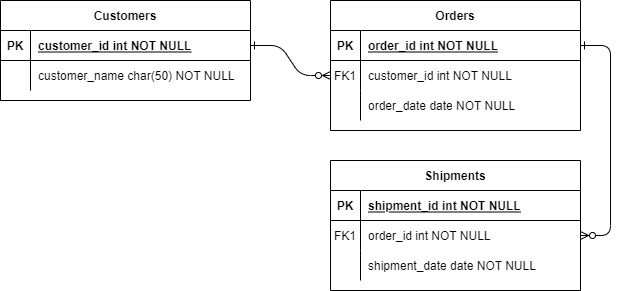
Above: DB/Planets ER Diagram.png in tsgsOFFICIAL/Kilgharrah (draw.io), before the change. Source tidied: cells renumbered, new cells last; positions are measured from the earlier drawing's top-left corner, leaving out a move shared by most shapes. The source it was exported from:
```xml
<mxGraphModel>
  <root>
    <mxCell id="0" />
    <mxCell id="1" parent="0" />
    <mxCell id="2" style="edgeStyle=entityRelationEdgeStyle;endArrow=ERzeroToMany;startArrow=ERone;endFill=1;startFill=0;" parent="1" edge="1" source="25" target="8">
      <mxGeometry relative="1" as="geometry" />
    </mxCell>
    <mxCell id="3" style="edgeStyle=entityRelationEdgeStyle;endArrow=ERzeroToMany;startArrow=ERone;endFill=1;startFill=0;" parent="1" edge="1" source="5" target="18">
      <mxGeometry relative="1" as="geometry" />
    </mxCell>
    <mxCell id="4" value="Orders" style="shape=table;startSize=30;rowLines=0;fontStyle=1;align=center;" parent="1" vertex="1">
      <mxGeometry x="330" width="250" height="130" as="geometry" />
    </mxCell>
    <mxCell id="5" style="shape=partialRectangle;fillColor=none;points=[[0,0.5],[1,0.5]];portConstraint=eastwest;top=0;left=0;right=0;bottom=1;" parent="4" vertex="1">
      <mxGeometry y="30" width="250" height="30" as="geometry" />
    </mxCell>
    <mxCell id="6" value="PK" style="shape=partialRectangle;overflow=hidden;fillColor=none;top=0;left=0;bottom=0;right=0;fontStyle=1;" parent="5" vertex="1">
      <mxGeometry width="30" height="30" as="geometry" />
    </mxCell>
    <mxCell id="7" value="order_id int NOT NULL " style="shape=partialRectangle;overflow=hidden;fillColor=none;top=0;left=0;bottom=0;right=0;align=left;spacingLeft=6;fontStyle=5;" parent="5" vertex="1">
      <mxGeometry x="30" width="220" height="30" as="geometry" />
    </mxCell>
    <mxCell id="8" style="shape=partialRectangle;fillColor=none;points=[[0,0.5],[1,0.5]];portConstraint=eastwest;top=0;left=0;right=0;bottom=0;" parent="4" vertex="1">
      <mxGeometry y="60" width="250" height="30" as="geometry" />
    </mxCell>
    <mxCell id="9" value="FK1" style="shape=partialRectangle;overflow=hidden;fillColor=none;top=0;left=0;bottom=0;right=0;" parent="8" vertex="1">
      <mxGeometry width="30" height="30" as="geometry" />
    </mxCell>
    <mxCell id="10" value="customer_id int NOT NULL" style="shape=partialRectangle;overflow=hidden;fillColor=none;top=0;left=0;bottom=0;right=0;align=left;spacingLeft=6;" parent="8" vertex="1">
      <mxGeometry x="30" width="220" height="30" as="geometry" />
    </mxCell>
    <mxCell id="11" style="shape=partialRectangle;fillColor=none;top=0;left=0;right=0;bottom=0;" parent="4" vertex="1">
      <mxGeometry y="90" width="250" height="30" as="geometry" />
    </mxCell>
    <mxCell id="12" style="shape=partialRectangle;overflow=hidden;fillColor=none;top=0;left=0;bottom=0;right=0;" parent="11" vertex="1">
      <mxGeometry width="30" height="30" as="geometry" />
    </mxCell>
    <mxCell id="13" value="order_date date NOT NULL" style="shape=partialRectangle;overflow=hidden;fillColor=none;top=0;left=0;bottom=0;right=0;align=left;spacingLeft=6;" parent="11" vertex="1">
      <mxGeometry x="30" width="220" height="30" as="geometry" />
    </mxCell>
    <mxCell id="14" value="Shipments" style="shape=table;startSize=30;rowLines=0;fontStyle=1;align=center;" parent="1" vertex="1">
      <mxGeometry x="330" y="160" width="250" height="130" as="geometry" />
    </mxCell>
    <mxCell id="15" style="shape=partialRectangle;fillColor=none;top=0;left=0;right=0;bottom=1;" parent="14" vertex="1">
      <mxGeometry y="30" width="250" height="30" as="geometry" />
    </mxCell>
    <mxCell id="16" value="PK" style="shape=partialRectangle;overflow=hidden;fillColor=none;top=0;left=0;bottom=0;right=0;fontStyle=1;" parent="15" vertex="1">
      <mxGeometry width="30" height="30" as="geometry" />
    </mxCell>
    <mxCell id="17" value="shipment_id int NOT NULL " style="shape=partialRectangle;overflow=hidden;fillColor=none;top=0;left=0;bottom=0;right=0;align=left;spacingLeft=6;fontStyle=5;" parent="15" vertex="1">
      <mxGeometry x="30" width="220" height="30" as="geometry" />
    </mxCell>
    <mxCell id="18" style="shape=partialRectangle;fillColor=none;points=[[0,0.5],[1,0.5]];portConstraint=eastwest;top=0;left=0;right=0;bottom=0;" parent="14" vertex="1">
      <mxGeometry y="60" width="250" height="30" as="geometry" />
    </mxCell>
    <mxCell id="19" value="FK1" style="shape=partialRectangle;overflow=hidden;fillColor=none;top=0;left=0;bottom=0;right=0;" parent="18" vertex="1">
      <mxGeometry width="30" height="30" as="geometry" />
    </mxCell>
    <mxCell id="20" value="order_id int NOT NULL" style="shape=partialRectangle;overflow=hidden;fillColor=none;top=0;left=0;bottom=0;right=0;align=left;spacingLeft=6;" parent="18" vertex="1">
      <mxGeometry x="30" width="220" height="30" as="geometry" />
    </mxCell>
    <mxCell id="21" style="shape=partialRectangle;fillColor=none;top=0;left=0;right=0;bottom=0;" parent="14" vertex="1">
      <mxGeometry y="90" width="250" height="30" as="geometry" />
    </mxCell>
    <mxCell id="22" style="shape=partialRectangle;overflow=hidden;fillColor=none;top=0;left=0;bottom=0;right=0;" parent="21" vertex="1">
      <mxGeometry width="30" height="30" as="geometry" />
    </mxCell>
    <mxCell id="23" value="shipment_date date NOT NULL" style="shape=partialRectangle;overflow=hidden;fillColor=none;top=0;left=0;bottom=0;right=0;align=left;spacingLeft=6;" parent="21" vertex="1">
      <mxGeometry x="30" width="220" height="30" as="geometry" />
    </mxCell>
    <mxCell id="24" value="Customers" style="shape=table;startSize=30;rowLines=0;fontStyle=1;align=center;" parent="1" vertex="1">
      <mxGeometry width="250" height="100" as="geometry" />
    </mxCell>
    <mxCell id="25" style="shape=partialRectangle;fillColor=none;points=[[0,0.5],[1,0.5]];portConstraint=eastwest;top=0;left=0;right=0;bottom=1;" parent="24" vertex="1">
      <mxGeometry y="30" width="250" height="30" as="geometry" />
    </mxCell>
    <mxCell id="26" value="PK" style="shape=partialRectangle;overflow=hidden;fillColor=none;top=0;left=0;bottom=0;right=0;fontStyle=1;" parent="25" vertex="1">
      <mxGeometry width="30" height="30" as="geometry" />
    </mxCell>
    <mxCell id="27" value="customer_id int NOT NULL " style="shape=partialRectangle;overflow=hidden;fillColor=none;top=0;left=0;bottom=0;right=0;align=left;spacingLeft=6;fontStyle=5;" parent="25" vertex="1">
      <mxGeometry x="30" width="220" height="30" as="geometry" />
    </mxCell>
    <mxCell id="28" style="shape=partialRectangle;fillColor=none;top=0;left=0;right=0;bottom=0;" parent="24" vertex="1">
      <mxGeometry y="60" width="250" height="30" as="geometry" />
    </mxCell>
    <mxCell id="29" style="shape=partialRectangle;overflow=hidden;fillColor=none;top=0;left=0;bottom=0;right=0;" parent="28" vertex="1">
      <mxGeometry width="30" height="30" as="geometry" />
    </mxCell>
    <mxCell id="30" value="customer_name char(50) NOT NULL" style="shape=partialRectangle;overflow=hidden;fillColor=none;top=0;left=0;bottom=0;right=0;align=left;spacingLeft=6;" parent="28" vertex="1">
      <mxGeometry x="30" width="220" height="30" as="geometry" />
    </mxCell>
  </root>
</mxGraphModel>
```
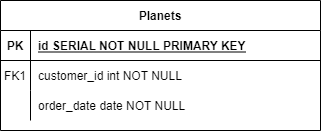
After the commit.

What changed in the source:
```diff
@@ -2,92 +2,35 @@
   <root>
     <mxCell id="0" />
     <mxCell id="1" parent="0" />
-    <mxCell id="2" style="edgeStyle=entityRelationEdgeStyle;endArrow=ERzeroToMany;startArrow=ERone;endFill=1;startFill=0;" parent="1" edge="1" source="25" target="8">
-      <mxGeometry relative="1" as="geometry" />
-    </mxCell>
-    <mxCell id="3" style="edgeStyle=entityRelationEdgeStyle;endArrow=ERzeroToMany;startArrow=ERone;endFill=1;startFill=0;" parent="1" edge="1" source="5" target="18">
-      <mxGeometry relative="1" as="geometry" />
-    </mxCell>
-    <mxCell id="4" value="Orders" style="shape=table;startSize=30;rowLines=0;fontStyle=1;align=center;" parent="1" vertex="1">
-      <mxGeometry x="330" width="250" height="130" as="geometry" />
+    <mxCell id="4" value="Planets" style="shape=table;startSize=30;rowLines=0;fontStyle=1;align=center;" parent="1" vertex="1">
+      <mxGeometry x="330" width="320" height="130" as="geometry" />
     </mxCell>
     <mxCell id="5" style="shape=partialRectangle;fillColor=none;points=[[0,0.5],[1,0.5]];portConstraint=eastwest;top=0;left=0;right=0;bottom=1;" parent="4" vertex="1">
-      <mxGeometry y="30" width="250" height="30" as="geometry" />
+      <mxGeometry y="30" width="320" height="30" as="geometry" />
     </mxCell>
     <mxCell id="6" value="PK" style="shape=partialRectangle;overflow=hidden;fillColor=none;top=0;left=0;bottom=0;right=0;fontStyle=1;" parent="5" vertex="1">
       <mxGeometry width="30" height="30" as="geometry" />
     </mxCell>
-    <mxCell id="7" value="order_id int NOT NULL " style="shape=partialRectangle;overflow=hidden;fillColor=none;top=0;left=0;bottom=0;right=0;align=left;spacingLeft=6;fontStyle=5;" parent="5" vertex="1">
-      <mxGeometry x="30" width="220" height="30" as="geometry" />
+    <mxCell id="7" value="id SERIAL NOT NULL PRIMARY KEY" style="shape=partialRectangle;overflow=hidden;fillColor=none;top=0;left=0;bottom=0;right=0;align=left;spacingLeft=6;fontStyle=5;" parent="5" vertex="1">
+      <mxGeometry x="30" width="290" height="30" as="geometry" />
     </mxCell>
     <mxCell id="8" style="shape=partialRectangle;fillColor=none;points=[[0,0.5],[1,0.5]];portConstraint=eastwest;top=0;left=0;right=0;bottom=0;" parent="4" vertex="1">
-      <mxGeometry y="60" width="250" height="30" as="geometry" />
+      <mxGeometry y="60" width="320" height="30" as="geometry" />
     </mxCell>
     <mxCell id="9" value="FK1" style="shape=partialRectangle;overflow=hidden;fillColor=none;top=0;left=0;bottom=0;right=0;" parent="8" vertex="1">
       <mxGeometry width="30" height="30" as="geometry" />
     </mxCell>
     <mxCell id="10" value="customer_id int NOT NULL" style="shape=partialRectangle;overflow=hidden;fillColor=none;top=0;left=0;bottom=0;right=0;align=left;spacingLeft=6;" parent="8" vertex="1">
-      <mxGeometry x="30" width="220" height="30" as="geometry" />
+      <mxGeometry x="30" width="290" height="30" as="geometry" />
     </mxCell>
     <mxCell id="11" style="shape=partialRectangle;fillColor=none;top=0;left=0;right=0;bottom=0;" parent="4" vertex="1">
-      <mxGeometry y="90" width="250" height="30" as="geometry" />
+      <mxGeometry y="90" width="320" height="30" as="geometry" />
     </mxCell>
     <mxCell id="12" style="shape=partialRectangle;overflow=hidden;fillColor=none;top=0;left=0;bottom=0;right=0;" parent="11" vertex="1">
       <mxGeometry width="30" height="30" as="geometry" />
     </mxCell>
     <mxCell id="13" value="order_date date NOT NULL" style="shape=partialRectangle;overflow=hidden;fillColor=none;top=0;left=0;bottom=0;right=0;align=left;spacingLeft=6;" parent="11" vertex="1">
-      <mxGeometry x="30" width="220" height="30" as="geometry" />
+      <mxGeometry x="30" width="290" height="30" as="geometry" />
     </mxCell>
-    <mxCell id="14" value="Shipments" style="shape=table;startSize=30;rowLines=0;fontStyle=1;align=center;" parent="1" vertex="1">
-      <mxGeometry x="330" y="160" width="250" height="130" as="geometry" />
-    </mxCell>
-    <mxCell id="15" style="shape=partialRectangle;fillColor=none;top=0;left=0;right=0;bottom=1;" parent="14" vertex="1">
-      <mxGeometry y="30" width="250" height="30" as="geometry" />
-    </mxCell>
-    <mxCell id="16" value="PK" style="shape=partialRectangle;overflow=hidden;fillColor=none;top=0;left=0;bottom=0;right=0;fontStyle=1;" parent="15" vertex="1">
-      <mxGeometry width="30" height="30" as="geometry" />
-    </mxCell>
-    <mxCell id="17" value="shipment_id int NOT NULL " style="shape=partialRectangle;overflow=hidden;fillColor=none;top=0;left=0;bottom=0;right=0;align=left;spacingLeft=6;fontStyle=5;" parent="15" vertex="1">
-      <mxGeometry x="30" width="220" height="30" as="geometry" />
-    </mxCell>
-    <mxCell id="18" style="shape=partialRectangle;fillColor=none;points=[[0,0.5],[1,0.5]];portConstraint=eastwest;top=0;left=0;right=0;bottom=0;" parent="14" vertex="1">
-      <mxGeometry y="60" width="250" height="30" as="geometry" />
-    </mxCell>
-    <mxCell id="19" value="FK1" style="shape=partialRectangle;overflow=hidden;fillColor=none;top=0;left=0;bottom=0;right=0;" parent="18" vertex="1">
-      <mxGeometry width="30" height="30" as="geometry" />
-    </mxCell>
-    <mxCell id="20" value="order_id int NOT NULL" style="shape=partialRectangle;overflow=hidden;fillColor=none;top=0;left=0;bottom=0;right=0;align=left;spacingLeft=6;" parent="18" vertex="1">
-      <mxGeometry x="30" width="220" height="30" as="geometry" />
-    </mxCell>
-    <mxCell id="21" style="shape=partialRectangle;fillColor=none;top=0;left=0;right=0;bottom=0;" parent="14" vertex="1">
-      <mxGeometry y="90" width="250" height="30" as="geometry" />
-    </mxCell>
-    <mxCell id="22" style="shape=partialRectangle;overflow=hidden;fillColor=none;top=0;left=0;bottom=0;right=0;" parent="21" vertex="1">
-      <mxGeometry width="30" height="30" as="geometry" />
-    </mxCell>
-    <mxCell id="23" value="shipment_date date NOT NULL" style="shape=partialRectangle;overflow=hidden;fillColor=none;top=0;left=0;bottom=0;right=0;align=left;spacingLeft=6;" parent="21" vertex="1">
-      <mxGeometry x="30" width="220" height="30" as="geometry" />
-    </mxCell>
-    <mxCell id="24" value="Customers" style="shape=table;startSize=30;rowLines=0;fontStyle=1;align=center;" parent="1" vertex="1">
-      <mxGeometry width="250" height="100" as="geometry" />
-    </mxCell>
-    <mxCell id="25" style="shape=partialRectangle;fillColor=none;points=[[0,0.5],[1,0.5]];portConstraint=eastwest;top=0;left=0;right=0;bottom=1;" parent="24" vertex="1">
-      <mxGeometry y="30" width="250" height="30" as="geometry" />
-    </mxCell>
-    <mxCell id="26" value="PK" style="shape=partialRectangle;overflow=hidden;fillColor=none;top=0;left=0;bottom=0;right=0;fontStyle=1;" parent="25" vertex="1">
-      <mxGeometry width="30" height="30" as="geometry" />
-    </mxCell>
-    <mxCell id="27" value="customer_id int NOT NULL " style="shape=partialRectangle;overflow=hidden;fillColor=none;top=0;left=0;bottom=0;right=0;align=left;spacingLeft=6;fontStyle=5;" parent="25" vertex="1">
-      <mxGeometry x="30" width="220" height="30" as="geometry" />
-    </mxCell>
-    <mxCell id="28" style="shape=partialRectangle;fillColor=none;top=0;left=0;right=0;bottom=0;" parent="24" vertex="1">
-      <mxGeometry y="60" width="250" height="30" as="geometry" />
-    </mxCell>
-    <mxCell id="29" style="shape=partialRectangle;overflow=hidden;fillColor=none;top=0;left=0;bottom=0;right=0;" parent="28" vertex="1">
-      <mxGeometry width="30" height="30" as="geometry" />
-    </mxCell>
-    <mxCell id="30" value="customer_name char(50) NOT NULL" style="shape=partialRectangle;overflow=hidden;fillColor=none;top=0;left=0;bottom=0;right=0;align=left;spacingLeft=6;" parent="28" vertex="1">
-      <mxGeometry x="30" width="220" height="30" as="geometry" />
-    </mxCell>
   </root>
 </mxGraphModel>
```
